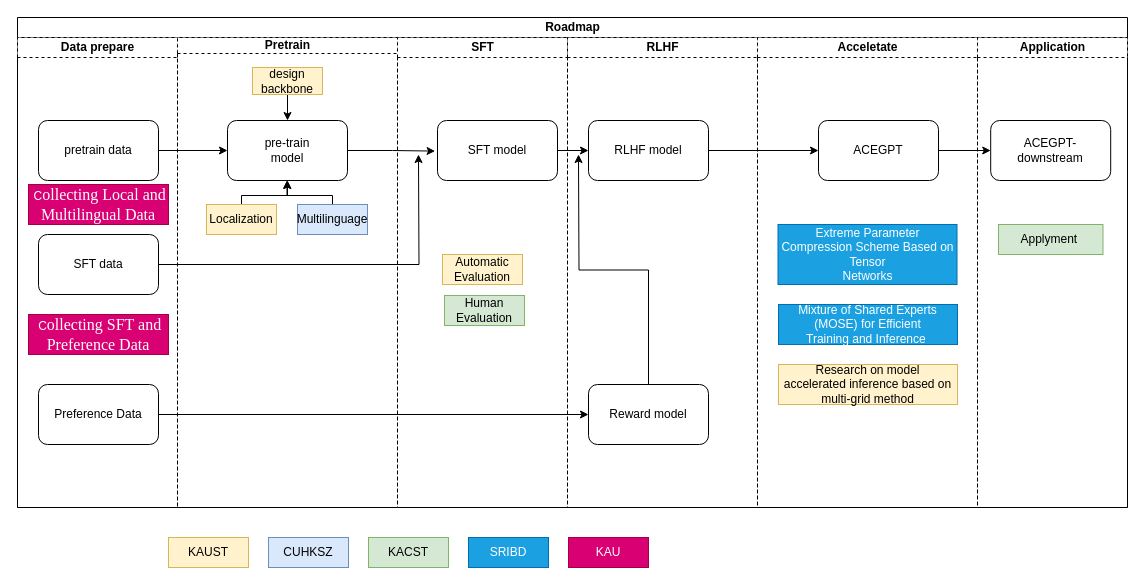
jianqing666/figs keeps this draw.io diagram as page "第 1 页" (1 of 2) of acegpt.drawio. Above is the earlier version. Source tidied: cells renumbered, new cells numbered last; positions are measured from the earlier drawing's top-left corner, leaving out a move shared by most shapes. Both pictures are drawn from the tidied source at 100%, with x=0, y=0 at pixel (17, 17).
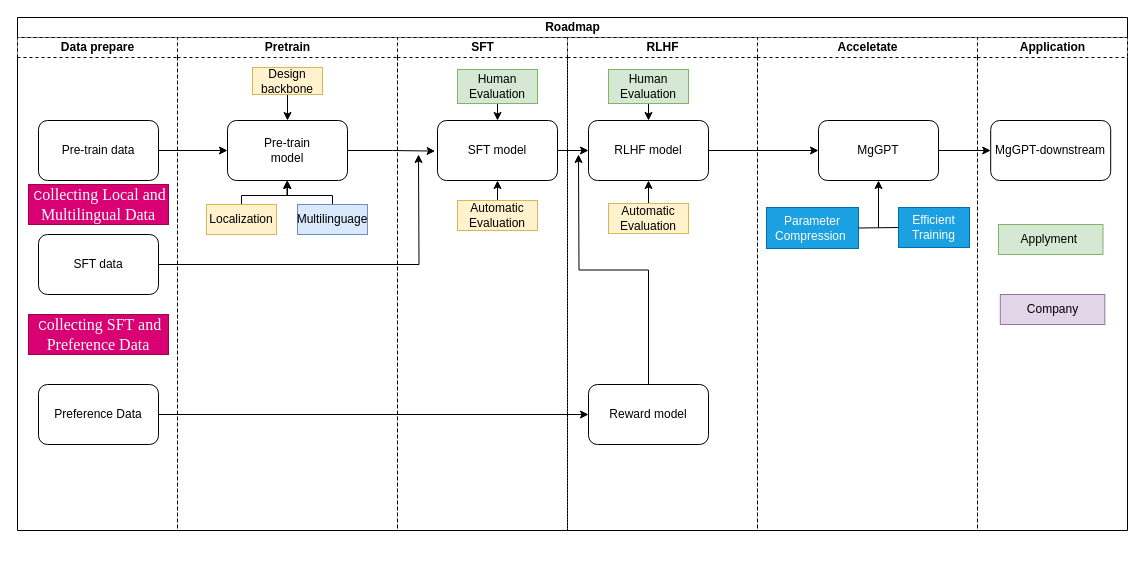
The same diagram, later.

Unchanged cells that the change refers to:
```xml
<mxCell id="20" value="SFT model" style="rounded=1;whiteSpace=wrap;html=1;" parent="19" vertex="1">
  <mxGeometry x="40" y="83" width="120" height="60" as="geometry" />
</mxCell>
<mxCell id="24" value="RLHF model" style="rounded=1;whiteSpace=wrap;html=1;" parent="23" vertex="1">
  <mxGeometry x="21" y="83" width="120" height="60" as="geometry" />
</mxCell>
```

Diff of the diagram source:
```diff
@@
     <mxCell id="4" value="Roadmap" style="swimlane;startSize=20;html=1;" parent="1" vertex="1">
-      <mxGeometry width="1110" height="490" as="geometry" />
+      <mxGeometry width="1110" height="513" as="geometry" />
     </mxCell>
     <mxCell id="5" value="Data prepare" style="swimlane;startSize=20;html=1;dashed=1;" parent="4" vertex="1">
-      <mxGeometry y="20" width="160" height="470" as="geometry" />
+      <mxGeometry y="20" width="160" height="493" as="geometry" />
     </mxCell>
@@
-    <mxCell id="8" value="pretrain data" style="whiteSpace=wrap;html=1;rounded=1;" parent="5" vertex="1">
+    <mxCell id="8" value="Pre-train data" style="whiteSpace=wrap;html=1;rounded=1;" parent="5" vertex="1">
       <mxGeometry x="21" y="83" width="120" height="60" as="geometry" />
     </mxCell>
@@
-    <mxCell id="11" value="Pretrain" style="swimlane;startSize=16;html=1;dashed=1;" parent="4" vertex="1">
-      <mxGeometry x="160" y="20" width="220" height="470" as="geometry" />
+    <mxCell id="11" value="Pretrain" style="swimlane;startSize=20;html=1;dashed=1;" parent="4" vertex="1">
+      <mxGeometry x="160" y="20" width="220" height="493" as="geometry" />
     </mxCell>
-    <mxCell id="12" value="pre-train&lt;br&gt;model" style="rounded=1;whiteSpace=wrap;html=1;" parent="11" vertex="1">
+    <mxCell id="12" value="Pre-train&lt;br&gt;model" style="rounded=1;whiteSpace=wrap;html=1;" parent="11" vertex="1">
       <mxGeometry x="50" y="83" width="120" height="60" as="geometry" />
     </mxCell>
@@
-    <mxCell id="18" value="design backbone" style="rounded=0;whiteSpace=wrap;html=1;fillColor=#fff2cc;strokeColor=#d6b656;" parent="11" vertex="1">
+    <mxCell id="18" value="Design backbone" style="rounded=0;whiteSpace=wrap;html=1;fillColor=#fff2cc;strokeColor=#d6b656;" parent="11" vertex="1">
       <mxGeometry x="75" y="30" width="70" height="27" as="geometry" />
     </mxCell>
     <mxCell id="19" value="SFT" style="swimlane;startSize=20;html=1;dashed=1;" parent="4" vertex="1">
-      <mxGeometry x="380" y="20" width="170" height="470" as="geometry" />
+      <mxGeometry x="380" y="20" width="170" height="493" as="geometry" />
     </mxCell>
@@
+    <mxCell id="45" style="edgeStyle=orthogonalEdgeStyle;rounded=0;jettySize=auto;html=1;exitX=0.5;exitY=0;exitDx=0;exitDy=0;entryX=0.5;entryY=1;entryDx=0;entryDy=0;" parent="19" edge="1" source="21" target="20">
+      <mxGeometry relative="1" as="geometry" />
+    </mxCell>
     <mxCell id="21" value="Automatic Evaluation" style="rounded=0;whiteSpace=wrap;html=1;fillColor=#fff2cc;strokeColor=#d6b656;" parent="19" vertex="1">
-      <mxGeometry x="45" y="217" width="80" height="30" as="geometry" />
+      <mxGeometry x="60" y="163" width="80" height="30" as="geometry" />
     </mxCell>
+    <mxCell id="46" style="edgeStyle=orthogonalEdgeStyle;rounded=0;jettySize=auto;html=1;exitX=0.5;exitY=1;exitDx=0;exitDy=0;entryX=0.5;entryY=0;entryDx=0;entryDy=0;" parent="19" edge="1" source="22" target="20">
+      <mxGeometry relative="1" as="geometry" />
+    </mxCell>
     <mxCell id="22" value="Human Evaluation" style="rounded=0;whiteSpace=wrap;html=1;fillColor=#d5e8d4;strokeColor=#82b366;" parent="19" vertex="1">
-      <mxGeometry x="47" y="258" width="80" height="30" as="geometry" />
+      <mxGeometry x="60" y="32" width="80" height="34" as="geometry" />
     </mxCell>
     <mxCell id="23" value="RLHF" style="swimlane;startSize=20;html=1;dashed=1;" parent="4" vertex="1">
-      <mxGeometry x="550" y="20" width="190" height="470" as="geometry" />
+      <mxGeometry x="550" y="20" width="190" height="493" as="geometry" />
     </mxCell>
@@
+    <mxCell id="47" style="edgeStyle=orthogonalEdgeStyle;rounded=0;jettySize=auto;html=1;entryX=0.5;entryY=1;entryDx=0;entryDy=0;" parent="23" edge="1" source="48" target="24">
+      <mxGeometry relative="1" as="geometry" />
+    </mxCell>
+    <mxCell id="48" value="Automatic Evaluation" style="rounded=0;whiteSpace=wrap;html=1;fillColor=#fff2cc;strokeColor=#d6b656;" parent="23" vertex="1">
+      <mxGeometry x="41" y="166" width="80" height="30" as="geometry" />
+    </mxCell>
+    <mxCell id="49" style="edgeStyle=orthogonalEdgeStyle;rounded=0;jettySize=auto;html=1;" parent="23" edge="1" source="50" target="24">
+      <mxGeometry relative="1" as="geometry">
+        <Array as="points">
+          <mxPoint x="81" y="89" />
+          <mxPoint x="81" y="89" />
+        </Array>
+      </mxGeometry>
+    </mxCell>
+    <mxCell id="50" value="Human Evaluation" style="rounded=0;whiteSpace=wrap;html=1;fillColor=#d5e8d4;strokeColor=#82b366;" parent="23" vertex="1">
+      <mxGeometry x="41" y="32" width="80" height="34" as="geometry" />
+    </mxCell>
     <mxCell id="26" value="Acceletate" style="swimlane;startSize=20;html=1;dashed=1;" parent="4" vertex="1">
-      <mxGeometry x="740" y="20" width="220" height="470" as="geometry" />
+      <mxGeometry x="740" y="20" width="220" height="493" as="geometry" />
     </mxCell>
-    <mxCell id="27" value="ACEGPT" style="rounded=1;whiteSpace=wrap;html=1;" parent="26" vertex="1">
+    <mxCell id="27" value="MgGPT" style="rounded=1;whiteSpace=wrap;html=1;" parent="26" vertex="1">
       <mxGeometry x="61" y="83" width="120" height="60" as="geometry" />
     </mxCell>
-    <mxCell id="28" value="Research on model&lt;br/&gt;accelerated inference based on multi-grid method" style="rounded=0;whiteSpace=wrap;html=1;fillColor=#fff2cc;strokeColor=#d6b656;" parent="26" vertex="1">
-      <mxGeometry x="21" y="327" width="179" height="40" as="geometry" />
-    </mxCell>
-    <mxCell id="29" value="Mixture of Shared Experts (MOSE) for Efficient&lt;br/&gt;Training and Inference&amp;nbsp;" style="rounded=0;whiteSpace=wrap;html=1;fillColor=#1ba1e2;strokeColor=#006EAF;fontColor=#ffffff;" parent="26" vertex="1">
-      <mxGeometry x="21" y="267" width="179" height="40" as="geometry" />
+    <mxCell id="29" value="Efficient&lt;br&gt;Training" style="rounded=0;whiteSpace=wrap;html=1;fillColor=#1ba1e2;strokeColor=#006EAF;fontColor=#ffffff;" parent="26" vertex="1">
+      <mxGeometry x="141" y="170" width="71" height="40" as="geometry" />
     </mxCell>
-    <mxCell id="30" value="Extreme Parameter Compression Scheme Based on Tensor&lt;br&gt;Networks" style="rounded=0;whiteSpace=wrap;html=1;fillColor=#1ba1e2;strokeColor=#006EAF;fontColor=#ffffff;align=center;" parent="26" vertex="1">
-      <mxGeometry x="20.5" y="187" width="179" height="60" as="geometry" />
+    <mxCell id="30" value="Parameter Compression&amp;nbsp;" style="rounded=0;whiteSpace=wrap;html=1;fillColor=#1ba1e2;strokeColor=#006EAF;fontColor=#ffffff;align=center;" parent="26" vertex="1">
+      <mxGeometry x="9" y="170" width="92" height="41" as="geometry" />
     </mxCell>
+    <mxCell id="51" style="endArrow=none;html=1;rounded=0;exitX=1;exitY=0.5;exitDx=0;exitDy=0;entryX=0;entryY=0.5;entryDx=0;entryDy=0;" parent="26" edge="1" source="30" target="29">
+      <mxGeometry relative="1" as="geometry" />
+    </mxCell>
     <mxCell id="31" value="Application" style="swimlane;startSize=20;html=1;dashed=1;" parent="4" vertex="1">
-      <mxGeometry x="960" y="20" width="150" height="470" as="geometry" />
+      <mxGeometry x="960" y="20" width="150" height="493" as="geometry" />
     </mxCell>
@@
-    <mxCell id="33" value="ACEGPT-downstream" style="rounded=1;whiteSpace=wrap;html=1;" parent="31" vertex="1">
+    <mxCell id="33" value="MgGPT-downstream" style="rounded=1;whiteSpace=wrap;html=1;" parent="31" vertex="1">
       <mxGeometry x="13.2" y="83" width="120" height="60" as="geometry" />
     </mxCell>
+    <mxCell id="52" value="Company" style="rounded=0;whiteSpace=wrap;html=1;fillColor=#e1d5e7;strokeColor=#9673a6;" parent="31" vertex="1">
+      <mxGeometry x="22.8" y="257" width="104.5" height="30" as="geometry" />
+    </mxCell>
@@
-    <mxCell id="40" value="KAUST" style="rounded=0;whiteSpace=wrap;html=1;fillColor=#fff2cc;strokeColor=#d6b656;" parent="1" vertex="1">
-      <mxGeometry x="151" y="520" width="80" height="30" as="geometry" />
-    </mxCell>
-    <mxCell id="41" value="CUHKSZ" style="rounded=0;whiteSpace=wrap;html=1;fillColor=#dae8fc;strokeColor=#6c8ebf;" parent="1" vertex="1">
-      <mxGeometry x="251" y="520" width="80" height="30" as="geometry" />
-    </mxCell>
-    <mxCell id="42" value="KACST" style="rounded=0;whiteSpace=wrap;html=1;fillColor=#d5e8d4;strokeColor=#82b366;" parent="1" vertex="1">
-      <mxGeometry x="351" y="520" width="80" height="30" as="geometry" />
-    </mxCell>
-    <mxCell id="43" value="SRIBD" style="rounded=0;whiteSpace=wrap;html=1;fillColor=#1ba1e2;strokeColor=#006EAF;fontColor=#ffffff;" parent="1" vertex="1">
-      <mxGeometry x="451" y="520" width="80" height="30" as="geometry" />
-    </mxCell>
-    <mxCell id="44" value="KAU" style="rounded=0;whiteSpace=wrap;html=1;fillColor=#d80073;strokeColor=#A50040;fontColor=#ffffff;" parent="1" vertex="1">
-      <mxGeometry x="551" y="520" width="80" height="30" as="geometry" />
-    </mxCell>
+    <mxCell id="53" style="endArrow=classic;html=1;rounded=0;entryX=0.5;entryY=1;entryDx=0;entryDy=0;" parent="1" edge="1" target="27">
+      <mxGeometry relative="1" as="geometry">
+        <mxPoint x="861" y="210" as="sourcePoint" />
+      </mxGeometry>
+    </mxCell>
```
